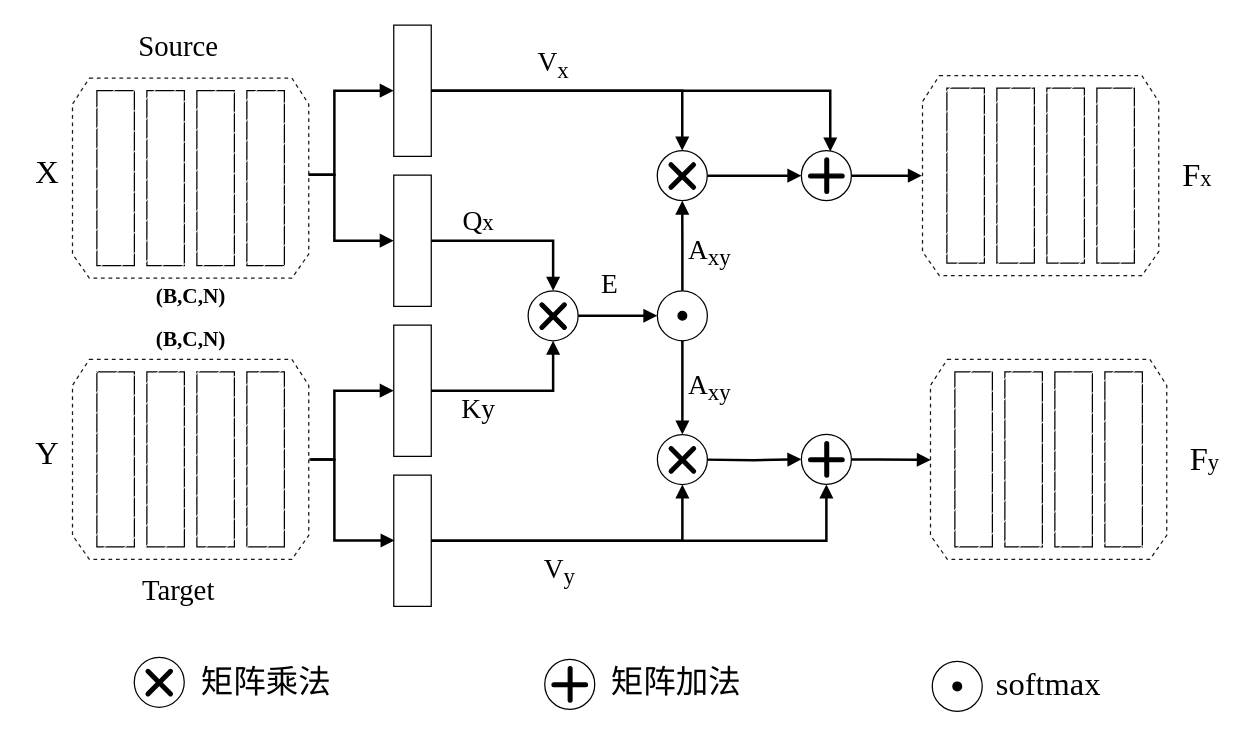
hyxy1906sbr/intelagr keeps this draw.io diagram as 未命名绘图4.drawio. Above is the earlier version. Source tidied: cells renumbered, new cells numbered last; positions are measured from the earlier drawing's top-left corner, leaving out a move shared by most shapes. Both pictures are drawn from the tidied source at 125%, with x=0, y=0 at pixel (21, 21).
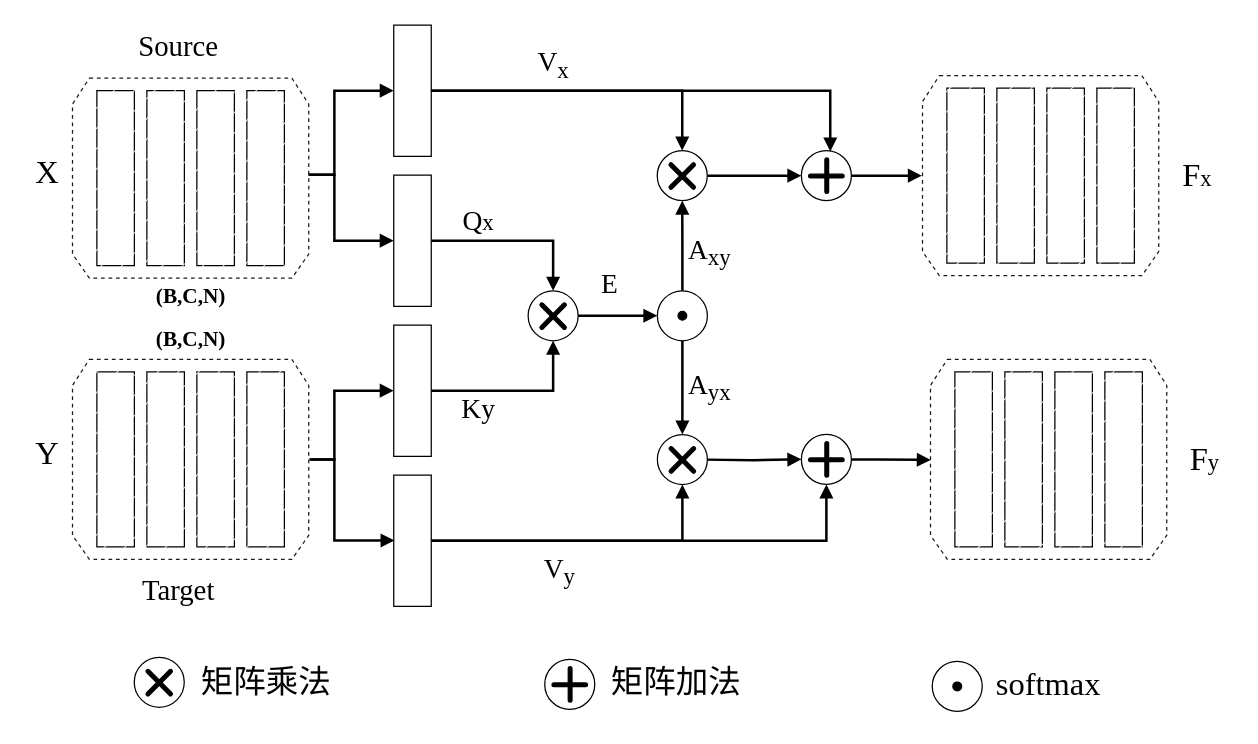
Above is the later version.

Commit message:
更新未命名绘图4.drawio

Change to the diagram source:
```diff
@@
-    <mxCell id="119" value="A&lt;sub&gt;xy&lt;/sub&gt;" style="text;html=1;align=center;verticalAlign=middle;strokeColor=none;fillColor=none;fontSize=22;fontFamily=Times New Roman;" parent="1" vertex="1">
-      <mxGeometry x="520.2" y="268.3" width="60" height="50" as="geometry" />
+    <mxCell id="119" value="A&lt;sub&gt;yx&lt;/sub&gt;" style="text;html=1;align=center;verticalAlign=middle;strokeColor=none;fillColor=none;fontSize=22;fontFamily=Times New Roman;" parent="1" vertex="1">
+      <mxGeometry x="520.2" y="273.3" width="60" height="40" as="geometry" />
     </mxCell>
```
